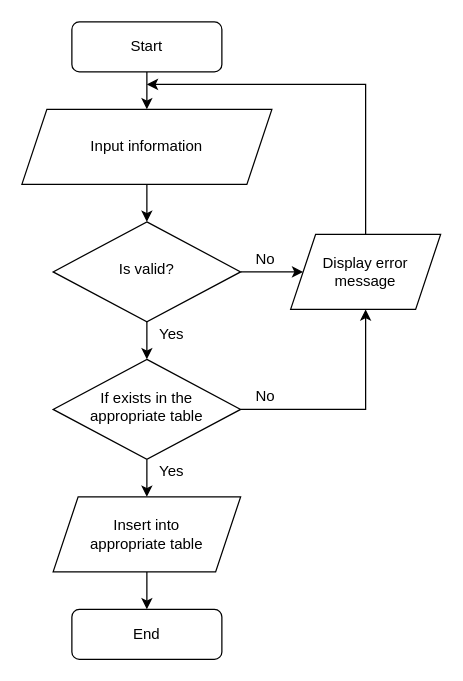
Before: assets/flow-chart/create.drawio in vanluong94/aptech-market-management-system, a draw.io diagram. Source tidied: cells renumbered, new cells numbered last; positions are measured from the earlier drawing's top-left corner, leaving out a move shared by most shapes. Both pictures are drawn from the tidied source at 125%, with x=0, y=0 at pixel (21, 21).
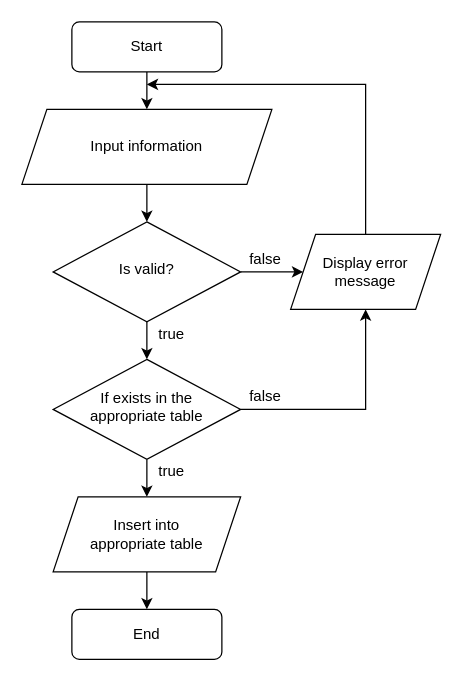
After the change.

The edit, as a diff of the source:
```diff
@@
-    <mxCell id="14" value="No" style="text;html=1;strokeColor=none;fillColor=none;align=center;verticalAlign=middle;whiteSpace=wrap;rounded=0;" parent="1" vertex="1">
+    <mxCell id="14" value="false" style="text;html=1;strokeColor=none;fillColor=none;align=center;verticalAlign=middle;whiteSpace=wrap;rounded=0;" parent="1" vertex="1">
       <mxGeometry x="175" y="180" width="40" height="20" as="geometry" />
     </mxCell>
-    <mxCell id="15" value="Yes" style="text;html=1;strokeColor=none;fillColor=none;align=center;verticalAlign=middle;whiteSpace=wrap;rounded=0;" parent="1" vertex="1">
+    <mxCell id="15" value="true" style="text;html=1;strokeColor=none;fillColor=none;align=center;verticalAlign=middle;whiteSpace=wrap;rounded=0;" parent="1" vertex="1">
       <mxGeometry x="100" y="240" width="40" height="20" as="geometry" />
     </mxCell>
@@
-    <mxCell id="19" value="Yes" style="text;html=1;strokeColor=none;fillColor=none;align=center;verticalAlign=middle;whiteSpace=wrap;rounded=0;" parent="1" vertex="1">
+    <mxCell id="19" value="true" style="text;html=1;strokeColor=none;fillColor=none;align=center;verticalAlign=middle;whiteSpace=wrap;rounded=0;" parent="1" vertex="1">
       <mxGeometry x="100" y="350" width="40" height="20" as="geometry" />
     </mxCell>
-    <mxCell id="20" value="No" style="text;html=1;strokeColor=none;fillColor=none;align=center;verticalAlign=middle;whiteSpace=wrap;rounded=0;" parent="1" vertex="1">
+    <mxCell id="20" value="false" style="text;html=1;strokeColor=none;fillColor=none;align=center;verticalAlign=middle;whiteSpace=wrap;rounded=0;" parent="1" vertex="1">
       <mxGeometry x="175" y="290" width="40" height="20" as="geometry" />
     </mxCell>
```
